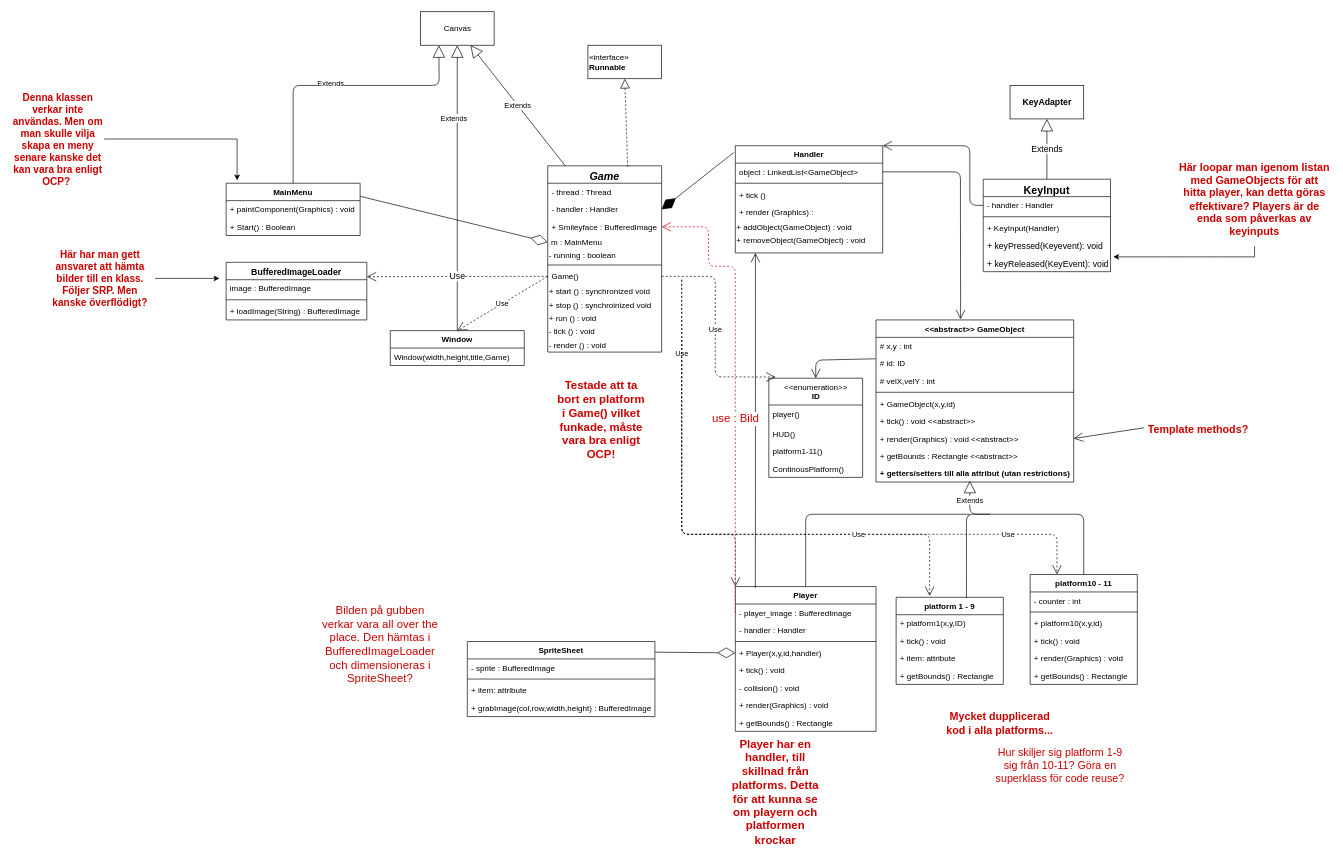
elinhagman/DIT953-lab1 keeps this draw.io diagram as Untitled Diagram.drawio. Above is the earlier version. Source tidied: cells renumbered, new cells numbered last; positions are measured from the earlier drawing's top-left corner, leaving out a move shared by most shapes. Both pictures are drawn from the tidied source at 67%, with x=0, y=0 at pixel (11, 11).
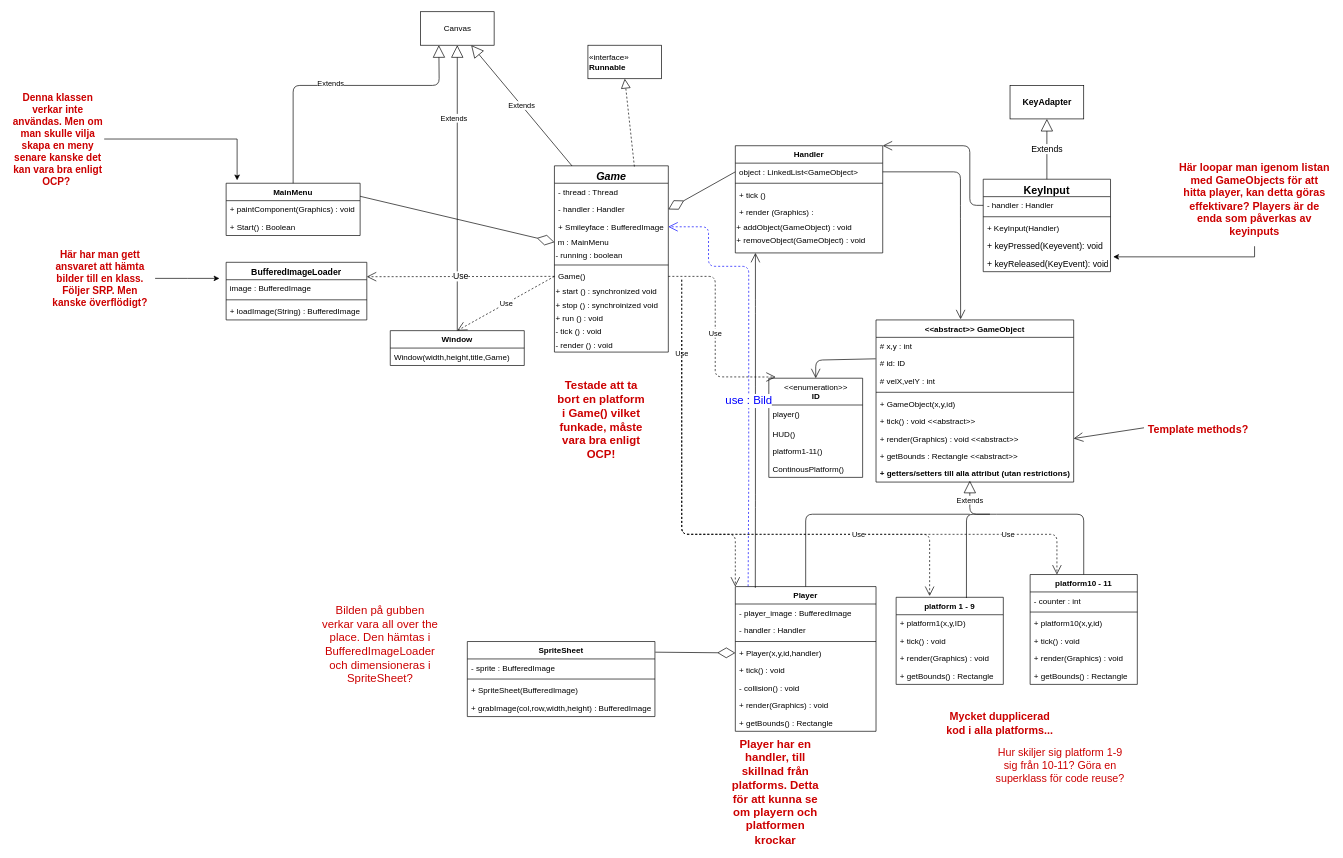
Above is the later version.

Unchanged cells that the change refers to:
```xml
<mxCell id="4" value="- handler : Handler" style="text;align=left;verticalAlign=top;spacingLeft=4;spacingRight=4;overflow=hidden;points=[[0,0.5],[1,0.5]];portConstraint=eastwest;rounded=0;shadow=0;html=0;" parent="2" vertex="1">
  <mxGeometry y="52" width="170" height="26" as="geometry" />
</mxCell>
<mxCell id="5" value="+ Smileyface : BufferedImage" style="text;align=left;verticalAlign=top;spacingLeft=4;spacingRight=4;overflow=hidden;points=[[0,0.5],[1,0.5]];portConstraint=eastwest;rounded=0;shadow=0;html=0;" parent="2" vertex="1">
  <mxGeometry y="78" width="170" height="26" as="geometry" />
</mxCell>
<mxCell id="15" value="Handler" style="swimlane;fontStyle=1;align=center;verticalAlign=top;horizontal=1;startSize=26;rounded=0;shadow=0;strokeWidth=1;" parent="1" vertex="1">
  <mxGeometry x="1080" y="200" width="220" height="160" as="geometry" />
</mxCell>
<mxCell id="16" value="object : LinkedList&lt;GameObject&gt;" style="text;align=left;verticalAlign=top;spacingLeft=4;spacingRight=4;overflow=hidden;points=[[0,0.5],[1,0.5]];portConstraint=eastwest;" parent="15" vertex="1">
  <mxGeometry y="26" width="220" height="26" as="geometry" />
</mxCell>
<mxCell id="47" value="platform 1 - 9" style="swimlane;fontStyle=1;align=center;verticalAlign=top;horizontal=1;startSize=26;" parent="1" vertex="1">
  <mxGeometry x="1320" y="874" width="160" height="130" as="geometry" />
</mxCell>
<mxCell id="61" value="Player" style="swimlane;fontStyle=1;align=center;verticalAlign=top;horizontal=1;startSize=26;" parent="1" vertex="1">
  <mxGeometry x="1080" y="858" width="210" height="216" as="geometry" />
</mxCell>
<mxCell id="62" value="- player_image : BufferedImage" style="text;strokeColor=none;fillColor=none;align=left;verticalAlign=top;spacingLeft=4;spacingRight=4;overflow=hidden;points=[[0,0.5],[1,0.5]];portConstraint=eastwest;" parent="61" vertex="1">
  <mxGeometry y="26" width="210" height="26" as="geometry" />
</mxCell>
<mxCell id="77" value="SpriteSheet" style="swimlane;fontStyle=1;align=center;verticalAlign=top;horizontal=1;startSize=26;" parent="1" vertex="1">
  <mxGeometry x="680" y="940" width="280" height="112" as="geometry" />
</mxCell>
```

Diff of the diagram source:
```diff
@@
     <mxCell id="2" value="Game" style="swimlane;fontStyle=3;align=center;verticalAlign=top;horizontal=1;startSize=26;rounded=0;shadow=0;strokeWidth=1;fontSize=16;" parent="1" vertex="1">
-      <mxGeometry x="800" y="230" width="170" height="278" as="geometry" />
+      <mxGeometry x="810" y="230" width="170" height="278" as="geometry" />
     </mxCell>
@@
-    <mxCell id="50" value="+ item: attribute" style="text;strokeColor=none;fillColor=none;align=left;verticalAlign=top;spacingLeft=4;spacingRight=4;overflow=hidden;" parent="47" vertex="1">
+    <mxCell id="50" value="+ render(Graphics) : void" style="text;strokeColor=none;fillColor=none;align=left;verticalAlign=top;spacingLeft=4;spacingRight=4;overflow=hidden;" parent="47" vertex="1">
       <mxGeometry y="78" width="160" height="26" as="geometry" />
     </mxCell>
@@
-    <mxCell id="80" value="+ item: attribute" style="text;strokeColor=none;fillColor=none;align=left;verticalAlign=top;spacingLeft=4;spacingRight=4;overflow=hidden;" parent="77" vertex="1">
+    <mxCell id="80" value="+ SpriteSheet(BufferedImage) " style="text;strokeColor=none;fillColor=none;align=left;verticalAlign=top;spacingLeft=4;spacingRight=4;overflow=hidden;" parent="77" vertex="1">
       <mxGeometry y="60" width="280" height="26" as="geometry" />
     </mxCell>
@@
-    <mxCell id="85" style="endArrow=diamondThin;endFill=1;endSize=24;html=1;entryX=1;entryY=0.5;entryDx=0;entryDy=0;exitX=-0.011;exitY=0.064;exitDx=0;exitDy=0;exitPerimeter=0;" parent="1" edge="1" source="15" target="4">
-      <mxGeometry relative="1" as="geometry" />
-    </mxCell>
@@
-    <mxCell id="114" value="use : Bild" style="endArrow=open;endSize=12;dashed=1;html=1;fontSize=17;fontColor=#CC0000;exitX=0;exitY=0.5;exitDx=0;exitDy=0;entryX=1;entryY=0.5;entryDx=0;entryDy=0;strokeColor=#CC0000;" parent="1" edge="1" source="62" target="5">
+    <mxCell id="114" value="&lt;font color=&quot;#0000ff&quot;&gt;use : Bild&lt;/font&gt;" style="endArrow=open;endSize=12;dashed=1;html=1;fontSize=17;fontColor=#CC0000;entryX=1;entryY=0.5;entryDx=0;entryDy=0;strokeColor=#0000FF;exitX=0.091;exitY=-0.002;exitDx=0;exitDy=0;exitPerimeter=0;" parent="1" edge="1" source="61" target="5">
       <mxGeometry x="-0.16" relative="1" as="geometry">
         <Array as="points">
-          <mxPoint x="1080" y="430" />
-          <mxPoint x="1080" y="380" />
+          <mxPoint x="1100" y="700" />
+          <mxPoint x="1100" y="440" />
+          <mxPoint x="1100" y="380" />
           <mxPoint x="1040" y="380" />
           <mxPoint x="1040" y="321" />
         </Array>
         <mxPoint y="-1" as="offset" />
       </mxGeometry>
     </mxCell>
@@
+    <mxCell id="116" style="endArrow=diamondThin;endFill=0;endSize=24;html=1;fontSize=17;fontColor=#CC0000;entryX=1;entryY=0.5;entryDx=0;entryDy=0;exitX=0;exitY=0.5;exitDx=0;exitDy=0;" parent="1" edge="1" source="16" target="4">
+      <mxGeometry relative="1" as="geometry" />
+    </mxCell>
```
